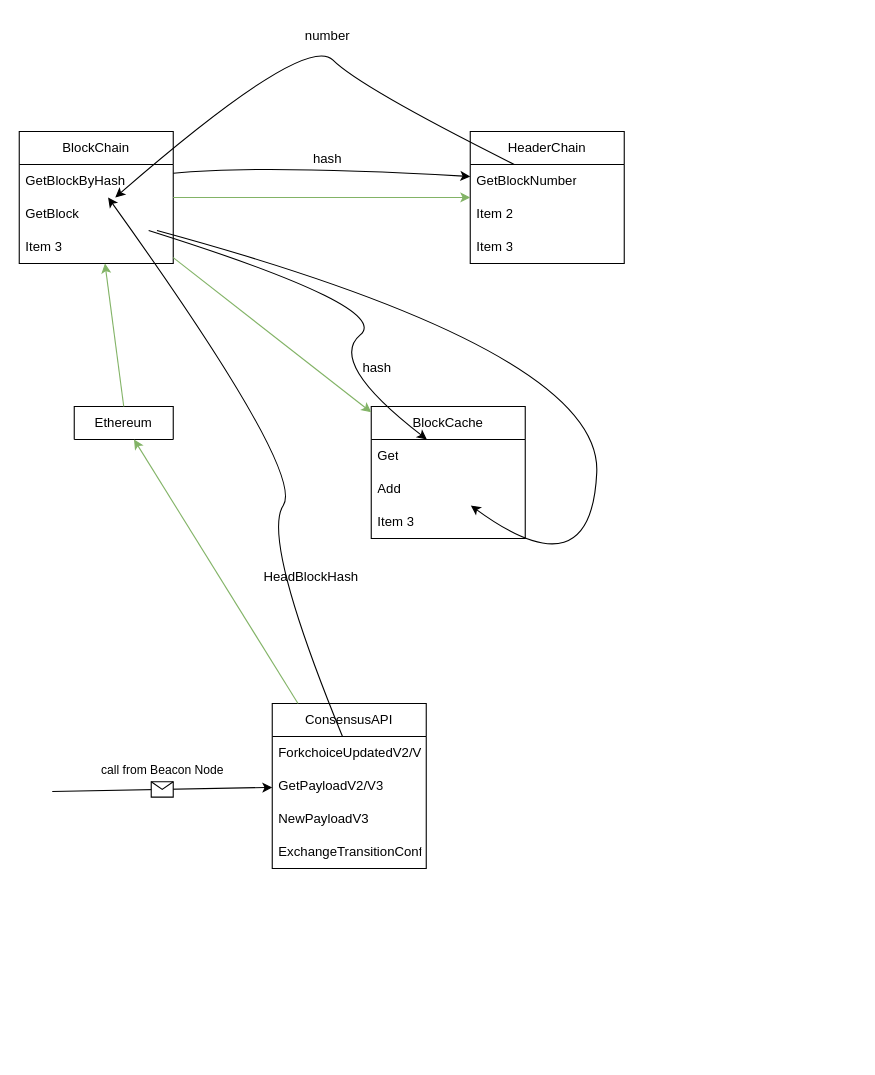
Above: page "Page-1" (1 of 2) of eth/geth-engine.drawio in uz2020/draw (draw.io), before the change. Source tidied: cells renumbered, new cells numbered last; positions are measured from the earlier drawing's top-left corner, leaving out a move shared by most shapes. Both pictures are drawn from the tidied source at 110%, with x=0, y=0 at pixel (19, 19).
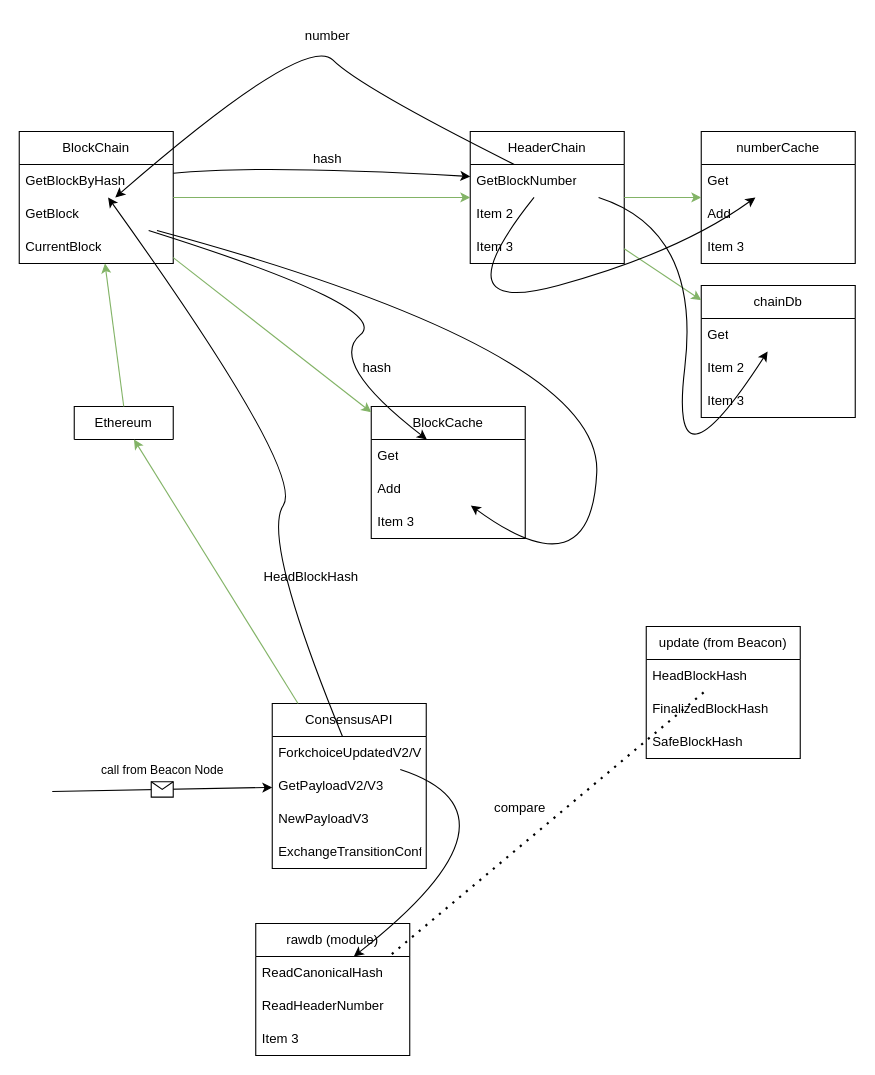
After the change.

The change refers to these unchanged cells:
```xml
<mxCell id="2" value="BlockChain" style="swimlane;fontStyle=0;horizontal=1;startSize=30;whiteSpace=wrap;html=1;" parent="1" vertex="1">
  <mxGeometry y="102" width="140" height="120" as="geometry" />
</mxCell>
<mxCell id="7" value="HeaderChain" style="swimlane;fontStyle=0;horizontal=1;startSize=30;whiteSpace=wrap;html=1;" parent="1" vertex="1">
  <mxGeometry x="410" y="102" width="140" height="120" as="geometry" />
</mxCell>
<mxCell id="8" value="GetBlockNumber" style="text;strokeColor=none;fillColor=none;align=left;verticalAlign=middle;spacingLeft=4;spacingRight=4;overflow=hidden;points=[[0,0.5],[1,0.5]];portConstraint=eastwest;whiteSpace=wrap;html=1;" parent="7" vertex="1">
  <mxGeometry y="30" width="140" height="30" as="geometry" />
</mxCell>
<mxCell id="20" value="ForkchoiceUpdatedV2/V3" style="text;strokeColor=none;fillColor=none;align=left;verticalAlign=middle;spacingLeft=4;spacingRight=4;overflow=hidden;points=[[0,0.5],[1,0.5]];portConstraint=eastwest;whiteSpace=wrap;html=1;" parent="19" vertex="1">
  <mxGeometry y="30" width="140" height="30" as="geometry" />
</mxCell>
```

Diff of the diagram source:
```diff
@@
-    <mxCell id="5" value="Item 3" style="text;strokeColor=none;fillColor=none;align=left;verticalAlign=middle;spacingLeft=4;spacingRight=4;overflow=hidden;whiteSpace=wrap;html=1;" parent="2" vertex="1">
+    <mxCell id="5" value="CurrentBlock" style="text;strokeColor=none;fillColor=none;align=left;verticalAlign=middle;spacingLeft=4;spacingRight=4;overflow=hidden;whiteSpace=wrap;html=1;" parent="2" vertex="1">
       <mxGeometry y="90" width="140" height="30" as="geometry" />
     </mxCell>
@@
+    <mxCell id="36" value="numberCache" style="swimlane;fontStyle=0;horizontal=1;startSize=30;whiteSpace=wrap;html=1;" parent="1" vertex="1">
+      <mxGeometry x="620" y="102" width="140" height="120" as="geometry" />
+    </mxCell>
+    <mxCell id="37" value="Get" style="text;strokeColor=none;fillColor=none;align=left;verticalAlign=middle;spacingLeft=4;spacingRight=4;overflow=hidden;points=[[0,0.5],[1,0.5]];portConstraint=eastwest;whiteSpace=wrap;html=1;" parent="36" vertex="1">
+      <mxGeometry y="30" width="140" height="30" as="geometry" />
+    </mxCell>
+    <mxCell id="38" value="Add" style="text;strokeColor=none;fillColor=none;align=left;verticalAlign=middle;spacingLeft=4;spacingRight=4;overflow=hidden;whiteSpace=wrap;html=1;" parent="36" vertex="1">
+      <mxGeometry y="60" width="140" height="30" as="geometry" />
+    </mxCell>
+    <mxCell id="39" value="Item 3" style="text;strokeColor=none;fillColor=none;align=left;verticalAlign=middle;spacingLeft=4;spacingRight=4;overflow=hidden;whiteSpace=wrap;html=1;" parent="36" vertex="1">
+      <mxGeometry y="90" width="140" height="30" as="geometry" />
+    </mxCell>
+    <mxCell id="40" value="chainDb" style="swimlane;fontStyle=0;horizontal=1;startSize=30;whiteSpace=wrap;html=1;" parent="1" vertex="1">
+      <mxGeometry x="620" y="242" width="140" height="120" as="geometry" />
+    </mxCell>
+    <mxCell id="41" value="Get" style="text;strokeColor=none;fillColor=none;align=left;verticalAlign=middle;spacingLeft=4;spacingRight=4;overflow=hidden;points=[[0,0.5],[1,0.5]];portConstraint=eastwest;whiteSpace=wrap;html=1;" parent="40" vertex="1">
+      <mxGeometry y="30" width="140" height="30" as="geometry" />
+    </mxCell>
+    <mxCell id="42" value="Item 2" style="text;strokeColor=none;fillColor=none;align=left;verticalAlign=middle;spacingLeft=4;spacingRight=4;overflow=hidden;whiteSpace=wrap;html=1;" parent="40" vertex="1">
+      <mxGeometry y="60" width="140" height="30" as="geometry" />
+    </mxCell>
+    <mxCell id="43" value="Item 3" style="text;strokeColor=none;fillColor=none;align=left;verticalAlign=middle;spacingLeft=4;spacingRight=4;overflow=hidden;whiteSpace=wrap;html=1;" parent="40" vertex="1">
+      <mxGeometry y="90" width="140" height="30" as="geometry" />
+    </mxCell>
+    <mxCell id="44" style="endArrow=classic;html=1;rounded=0;fillColor=#d5e8d4;strokeColor=#82b366;" parent="1" edge="1" source="7" target="36">
+      <mxGeometry relative="1" as="geometry" />
+    </mxCell>
+    <mxCell id="45" style="endArrow=classic;html=1;rounded=0;fillColor=#d5e8d4;strokeColor=#82b366;" parent="1" edge="1" source="7" target="40">
+      <mxGeometry relative="1" as="geometry" />
+    </mxCell>
+    <mxCell id="46" style="curved=1;endArrow=classic;html=1;rounded=0;" parent="1" edge="1" source="8" target="37">
+      <mxGeometry relative="1" as="geometry">
+        <Array as="points">
+          <mxPoint x="380" y="272" />
+          <mxPoint x="600" y="212" />
+        </Array>
+      </mxGeometry>
+    </mxCell>
+    <mxCell id="47" style="curved=1;endArrow=classic;html=1;rounded=0;" parent="1" edge="1" source="8" target="41">
+      <mxGeometry relative="1" as="geometry">
+        <Array as="points">
+          <mxPoint x="620" y="192" />
+          <mxPoint x="590" y="442" />
+        </Array>
+      </mxGeometry>
+    </mxCell>
+    <mxCell id="48" value="rawdb (module)" style="swimlane;fontStyle=0;horizontal=1;startSize=30;whiteSpace=wrap;html=1;" parent="1" vertex="1">
+      <mxGeometry x="215" y="822" width="140" height="120" as="geometry" />
+    </mxCell>
+    <mxCell id="49" value="ReadCanonicalHash&lt;br&gt;" style="text;strokeColor=none;fillColor=none;align=left;verticalAlign=middle;spacingLeft=4;spacingRight=4;overflow=hidden;points=[[0,0.5],[1,0.5]];portConstraint=eastwest;whiteSpace=wrap;html=1;" parent="48" vertex="1">
+      <mxGeometry y="30" width="140" height="30" as="geometry" />
+    </mxCell>
+    <mxCell id="50" value="ReadHeaderNumber" style="text;strokeColor=none;fillColor=none;align=left;verticalAlign=middle;spacingLeft=4;spacingRight=4;overflow=hidden;whiteSpace=wrap;html=1;" parent="48" vertex="1">
+      <mxGeometry y="60" width="140" height="30" as="geometry" />
+    </mxCell>
+    <mxCell id="51" value="Item 3" style="text;strokeColor=none;fillColor=none;align=left;verticalAlign=middle;spacingLeft=4;spacingRight=4;overflow=hidden;whiteSpace=wrap;html=1;" parent="48" vertex="1">
+      <mxGeometry y="90" width="140" height="30" as="geometry" />
+    </mxCell>
+    <mxCell id="52" style="curved=1;endArrow=classic;html=1;rounded=0;" parent="1" edge="1" source="20" target="49">
+      <mxGeometry relative="1" as="geometry">
+        <Array as="points">
+          <mxPoint x="470" y="722" />
+        </Array>
+      </mxGeometry>
+    </mxCell>
+    <mxCell id="53" value="update (from Beacon)" style="swimlane;fontStyle=0;horizontal=1;startSize=30;whiteSpace=wrap;html=1;" parent="1" vertex="1">
+      <mxGeometry x="570" y="552" width="140" height="120" as="geometry" />
+    </mxCell>
+    <mxCell id="54" value="HeadBlockHash" style="text;strokeColor=none;fillColor=none;align=left;verticalAlign=middle;spacingLeft=4;spacingRight=4;overflow=hidden;points=[[0,0.5],[1,0.5]];portConstraint=eastwest;whiteSpace=wrap;html=1;" parent="53" vertex="1">
+      <mxGeometry y="30" width="140" height="30" as="geometry" />
+    </mxCell>
+    <mxCell id="55" value="FinalizedBlockHash" style="text;strokeColor=none;fillColor=none;align=left;verticalAlign=middle;spacingLeft=4;spacingRight=4;overflow=hidden;whiteSpace=wrap;html=1;" parent="53" vertex="1">
+      <mxGeometry y="60" width="140" height="30" as="geometry" />
+    </mxCell>
+    <mxCell id="56" value="SafeBlockHash" style="text;strokeColor=none;fillColor=none;align=left;verticalAlign=middle;spacingLeft=4;spacingRight=4;overflow=hidden;whiteSpace=wrap;html=1;" parent="53" vertex="1">
+      <mxGeometry y="90" width="140" height="30" as="geometry" />
+    </mxCell>
+    <mxCell id="57" style="endArrow=none;dashed=1;html=1;dashPattern=1 3;strokeWidth=2;rounded=0;entryX=0.857;entryY=0.033;entryDx=0;entryDy=0;entryPerimeter=0;" parent="1" edge="1" source="54" target="49">
+      <mxGeometry relative="1" as="geometry" />
+    </mxCell>
+    <mxCell id="58" value="compare" style="text;html=1;align=center;verticalAlign=middle;strokeColor=none;fillColor=none;" parent="1" vertex="1">
+      <mxGeometry x="420" y="702" width="70" height="30" as="geometry" />
+    </mxCell>
```
